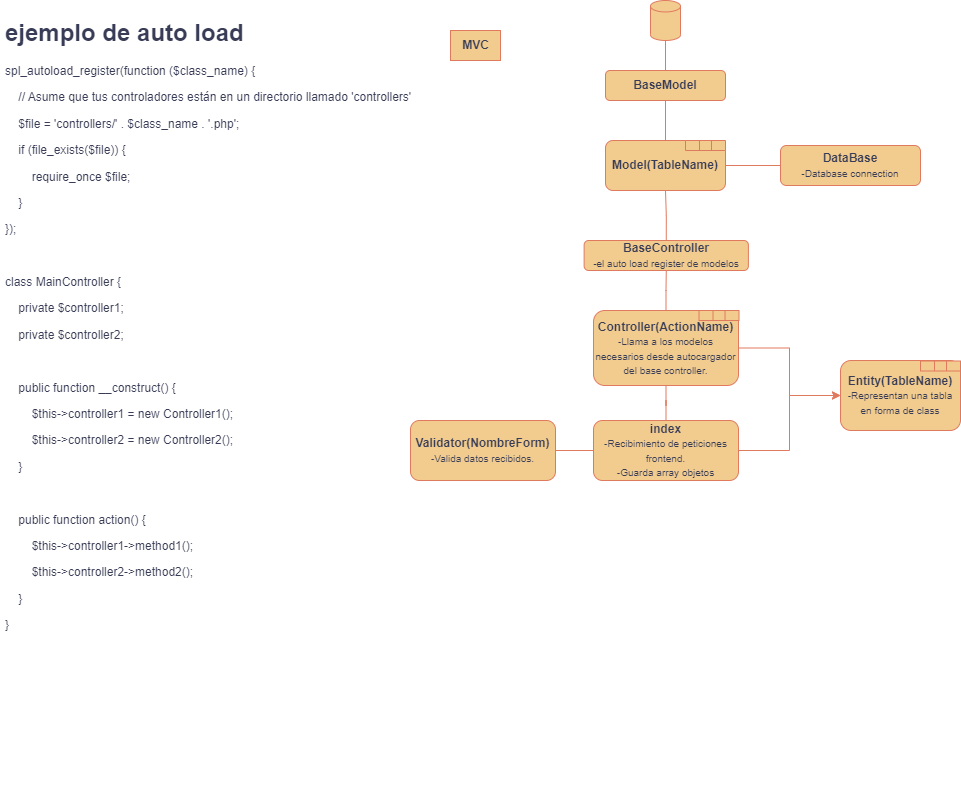
Above: planification/Backend/5 DF_servidor.drawio.png in SergioCorredorT/destinyairlinesReact (draw.io), before the change. Source tidied: cells renumbered, new cells last; positions are measured from the earlier drawing's top-left corner, leaving out a move shared by most shapes.
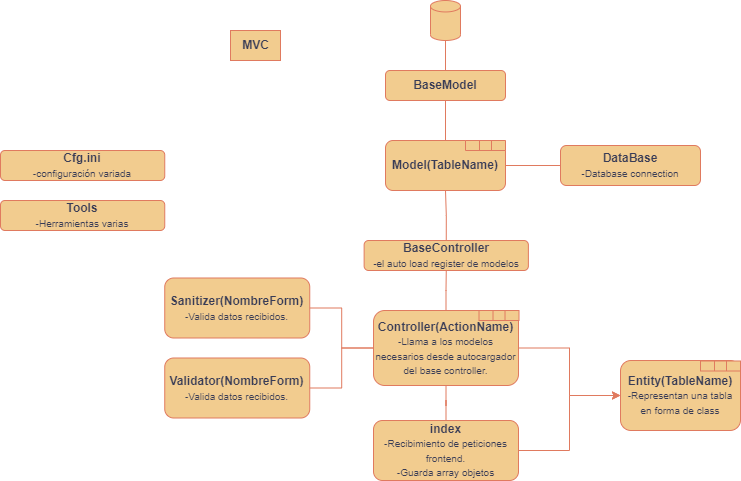
Above is the later version.

The edit, as a diff of the source:
```diff
@@ -26,17 +26,20 @@
     <mxCell id="9" style="edgeStyle=orthogonalEdgeStyle;rounded=0;jettySize=auto;html=1;entryX=0;entryY=0.5;entryDx=0;entryDy=0;labelBackgroundColor=none;strokeColor=#E07A5F;fontColor=default;" parent="1" edge="1" source="12" target="22">
       <mxGeometry relative="1" as="geometry" />
     </mxCell>
-    <mxCell id="10" style="edgeStyle=orthogonalEdgeStyle;rounded=0;jettySize=auto;html=1;exitX=0;exitY=0.5;exitDx=0;exitDy=0;endArrow=none;endFill=0;labelBackgroundColor=none;strokeColor=#E07A5F;fontColor=default;" parent="1" edge="1" source="12" target="13">
+    <mxCell id="10" style="edgeStyle=orthogonalEdgeStyle;rounded=0;jettySize=auto;html=1;exitX=0;exitY=0.5;exitDx=0;exitDy=0;endArrow=none;endFill=0;labelBackgroundColor=none;strokeColor=#E07A5F;fontColor=default;entryX=1;entryY=0.5;entryDx=0;entryDy=0;" parent="1" edge="1" source="15" target="13">
       <mxGeometry relative="1" as="geometry" />
     </mxCell>
     <mxCell id="11" style="edgeStyle=orthogonalEdgeStyle;rounded=0;jettySize=auto;html=1;entryX=0.5;entryY=1;entryDx=0;entryDy=0;endArrow=none;endFill=0;labelBackgroundColor=none;strokeColor=#E07A5F;fontColor=default;" parent="1" edge="1" source="12" target="15">
       <mxGeometry relative="1" as="geometry" />
     </mxCell>
+    <mxCell id="40" style="edgeStyle=orthogonalEdgeStyle;rounded=0;jettySize=auto;html=1;entryX=1;entryY=0.5;entryDx=0;entryDy=0;endArrow=none;endFill=0;exitX=0;exitY=0.5;exitDx=0;exitDy=0;labelBackgroundColor=none;strokeColor=#E07A5F;fontColor=default;" parent="1" edge="1" source="15" target="43">
+      <mxGeometry relative="1" as="geometry" />
+    </mxCell>
     <mxCell id="12" value="&lt;b&gt;index&lt;br&gt;&lt;/b&gt;&lt;font style=&quot;font-size: 10px;&quot;&gt;-Recibimiento de peticiones frontend.&lt;br&gt;-Guarda array objetos&lt;br&gt;&lt;/font&gt;" style="rounded=1;whiteSpace=wrap;html=1;fontSize=12;glass=0;strokeWidth=1;shadow=0;labelBackgroundColor=none;fillColor=#F2CC8F;strokeColor=#E07A5F;fontColor=#393C56;" parent="1" vertex="1">
       <mxGeometry x="593" y="420" width="145" height="60" as="geometry" />
     </mxCell>
     <mxCell id="13" value="&lt;b&gt;Validator(NombreForm)&lt;br&gt;&lt;/b&gt;&lt;font style=&quot;font-size: 10px;&quot;&gt;-Valida datos recibidos.&lt;/font&gt;" style="rounded=1;whiteSpace=wrap;html=1;fontSize=12;glass=0;strokeWidth=1;shadow=0;labelBackgroundColor=none;fillColor=#F2CC8F;strokeColor=#E07A5F;fontColor=#393C56;" parent="1" vertex="1">
-      <mxGeometry x="410" y="420" width="145" height="60" as="geometry" />
+      <mxGeometry x="384.2" y="357.5" width="145" height="60" as="geometry" />
     </mxCell>
     <mxCell id="14" style="group;labelBackgroundColor=none;fontColor=#393C56;" parent="1" vertex="1">
       <mxGeometry x="593" y="310" width="145.5" height="75" as="geometry" />
@@ -110,11 +113,17 @@
     <mxCell id="37" value="&lt;b&gt;BaseController&lt;/b&gt;&lt;br&gt;&lt;font style=&quot;font-size: 10px;&quot;&gt;-el auto load register de modelos&lt;/font&gt;" style="rounded=1;whiteSpace=wrap;html=1;fontSize=12;glass=0;strokeWidth=1;shadow=0;labelBackgroundColor=none;fillColor=#F2CC8F;strokeColor=#E07A5F;fontColor=#393C56;" parent="1" vertex="1">
       <mxGeometry x="583.6" y="240" width="164.2" height="30" as="geometry" />
     </mxCell>
-    <mxCell id="38" value="&lt;h1&gt;ejemplo de auto load&lt;/h1&gt;&lt;p&gt;spl_autoload_register(function ($class_name) {&lt;/p&gt;&lt;p&gt;&amp;nbsp; &amp;nbsp; // Asume que tus controladores están en un directorio llamado 'controllers'&lt;/p&gt;&lt;p&gt;&amp;nbsp; &amp;nbsp; $file = 'controllers/' . $class_name . '.php';&lt;/p&gt;&lt;p&gt;&amp;nbsp; &amp;nbsp; if (file_exists($file)) {&lt;/p&gt;&lt;p&gt;&amp;nbsp; &amp;nbsp; &amp;nbsp; &amp;nbsp; require_once $file;&lt;/p&gt;&lt;p&gt;&amp;nbsp; &amp;nbsp; }&lt;/p&gt;&lt;p&gt;});&lt;/p&gt;&lt;p&gt;&lt;br&gt;&lt;/p&gt;&lt;p&gt;class MainController {&lt;/p&gt;&lt;p&gt;&amp;nbsp; &amp;nbsp; private $controller1;&lt;/p&gt;&lt;p&gt;&amp;nbsp; &amp;nbsp; private $controller2;&lt;/p&gt;&lt;p&gt;&lt;br&gt;&lt;/p&gt;&lt;p&gt;&amp;nbsp; &amp;nbsp; public function __construct() {&lt;/p&gt;&lt;p&gt;&amp;nbsp; &amp;nbsp; &amp;nbsp; &amp;nbsp; $this-&amp;gt;controller1 = new Controller1();&lt;/p&gt;&lt;p&gt;&amp;nbsp; &amp;nbsp; &amp;nbsp; &amp;nbsp; $this-&amp;gt;controller2 = new Controller2();&lt;/p&gt;&lt;p&gt;&amp;nbsp; &amp;nbsp; }&lt;/p&gt;&lt;p&gt;&lt;br&gt;&lt;/p&gt;&lt;p&gt;&amp;nbsp; &amp;nbsp; public function action() {&lt;/p&gt;&lt;p&gt;&amp;nbsp; &amp;nbsp; &amp;nbsp; &amp;nbsp; $this-&amp;gt;controller1-&amp;gt;method1();&lt;/p&gt;&lt;p&gt;&amp;nbsp; &amp;nbsp; &amp;nbsp; &amp;nbsp; $this-&amp;gt;controller2-&amp;gt;method2();&lt;/p&gt;&lt;p&gt;&amp;nbsp; &amp;nbsp; }&lt;/p&gt;&lt;p&gt;}&lt;/p&gt;&lt;div&gt;&lt;br&gt;&lt;/div&gt;" style="text;html=1;strokeColor=none;fillColor=none;spacing=5;spacingTop=-20;whiteSpace=wrap;overflow=hidden;rounded=0;labelBackgroundColor=none;fontColor=#393C56;" parent="1" vertex="1">
-      <mxGeometry y="12.5" width="443" height="790" as="geometry" />
-    </mxCell>
     <mxCell id="39" style="edgeStyle=orthogonalEdgeStyle;rounded=0;jettySize=auto;html=1;entryX=0.5;entryY=1;entryDx=0;entryDy=0;endArrow=none;endFill=0;labelBackgroundColor=none;strokeColor=#E07A5F;fontColor=default;" parent="1" edge="1" source="15" target="37">
       <mxGeometry relative="1" as="geometry" />
     </mxCell>
+    <mxCell id="41" value="&lt;b&gt;Cfg.ini&lt;/b&gt;&lt;br&gt;&lt;font style=&quot;font-size: 10px;&quot;&gt;-configuración variada&lt;/font&gt;" style="rounded=1;whiteSpace=wrap;html=1;fontSize=12;glass=0;strokeWidth=1;shadow=0;labelBackgroundColor=none;fillColor=#F2CC8F;strokeColor=#E07A5F;fontColor=#393C56;" parent="1" vertex="1">
+      <mxGeometry x="220" y="150" width="164.2" height="30" as="geometry" />
+    </mxCell>
+    <mxCell id="42" value="&lt;b&gt;Tools&lt;/b&gt;&lt;br&gt;&lt;font style=&quot;font-size: 10px;&quot;&gt;-Herramientas varias&lt;/font&gt;" style="rounded=1;whiteSpace=wrap;html=1;fontSize=12;glass=0;strokeWidth=1;shadow=0;labelBackgroundColor=none;fillColor=#F2CC8F;strokeColor=#E07A5F;fontColor=#393C56;" parent="1" vertex="1">
+      <mxGeometry x="220" y="200" width="164.2" height="30" as="geometry" />
+    </mxCell>
+    <mxCell id="43" value="&lt;b&gt;Sanitizer(NombreForm)&lt;br&gt;&lt;/b&gt;&lt;font style=&quot;font-size: 10px;&quot;&gt;-Valida datos recibidos.&lt;/font&gt;" style="rounded=1;whiteSpace=wrap;html=1;fontSize=12;glass=0;strokeWidth=1;shadow=0;labelBackgroundColor=none;fillColor=#F2CC8F;strokeColor=#E07A5F;fontColor=#393C56;" parent="1" vertex="1">
+      <mxGeometry x="384.2" y="277.5" width="145" height="60" as="geometry" />
+    </mxCell>
   </root>
 </mxGraphModel>
```
